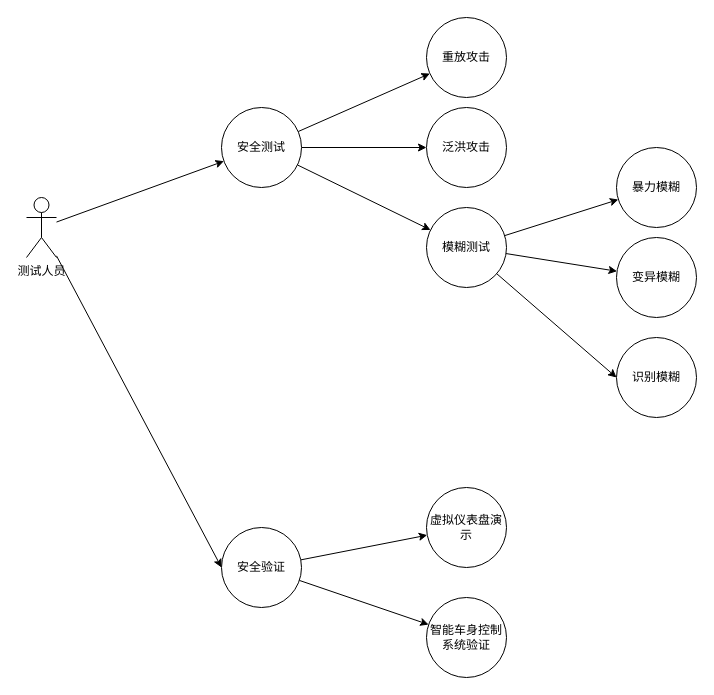
Earlier version of the draw.io diagram 安全验证平台.drawio (zxkic/ICSim_Successor). Source tidied: cells renumbered, new cells numbered last; positions are measured from the earlier drawing's top-left corner, leaving out a move shared by most shapes. Both pictures are drawn from the tidied source at 100%, with x=0, y=0 at pixel (26, 17).
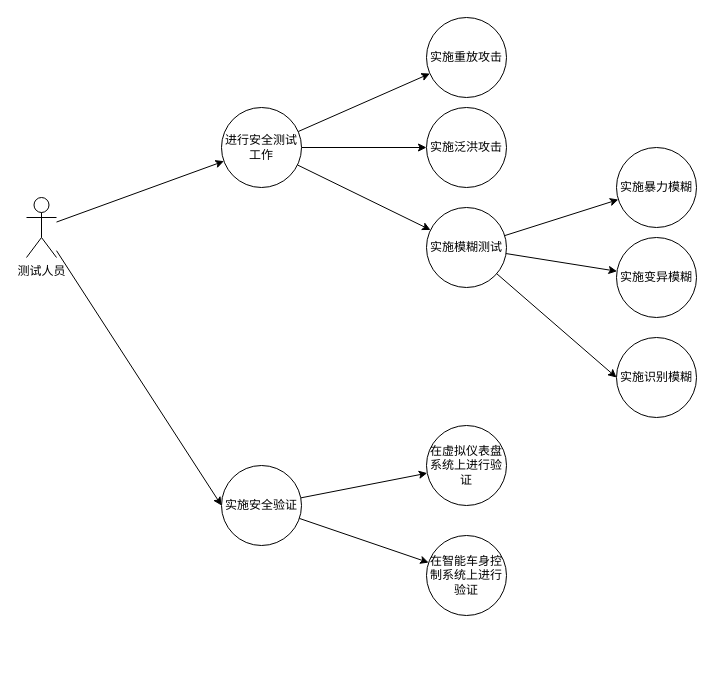
Above is the later version.

Commit message (it also covers changes not shown here):
更新安全验证平台.drawio

What changed in the source:
```diff
@@
-    <mxCell id="8" value="&lt;div style=&quot;&quot;&gt;&lt;span style=&quot;background-color: initial;&quot;&gt;安全测试&lt;/span&gt;&lt;/div&gt;" style="ellipse;whiteSpace=wrap;html=1;verticalAlign=middle;align=center;" parent="1" vertex="1">
+    <mxCell id="8" value="&lt;div style=&quot;&quot;&gt;进行安全测试工作&lt;/div&gt;" style="ellipse;whiteSpace=wrap;html=1;verticalAlign=middle;align=center;" parent="1" vertex="1">
       <mxGeometry x="195" y="90" width="80" height="80" as="geometry" />
     </mxCell>
-    <mxCell id="9" value="重放攻击" style="ellipse;whiteSpace=wrap;html=1;align=center;" parent="1" vertex="1">
+    <mxCell id="9" value="实施重放攻击" style="ellipse;whiteSpace=wrap;html=1;align=center;" parent="1" vertex="1">
       <mxGeometry x="400" width="80" height="80" as="geometry" />
     </mxCell>
-    <mxCell id="10" value="泛洪攻击" style="ellipse;whiteSpace=wrap;html=1;" parent="1" vertex="1">
+    <mxCell id="10" value="实施泛洪攻击" style="ellipse;whiteSpace=wrap;html=1;" parent="1" vertex="1">
       <mxGeometry x="400" y="90" width="80" height="80" as="geometry" />
     </mxCell>
@@
-    <mxCell id="14" value="模糊测试" style="ellipse;whiteSpace=wrap;html=1;" parent="1" vertex="1">
+    <mxCell id="14" value="实施模糊测试" style="ellipse;whiteSpace=wrap;html=1;" parent="1" vertex="1">
       <mxGeometry x="400" y="190" width="80" height="80" as="geometry" />
     </mxCell>
@@
-    <mxCell id="17" value="&lt;div style=&quot;&quot;&gt;&lt;span style=&quot;background-color: initial;&quot;&gt;安全验证&lt;/span&gt;&lt;/div&gt;" style="ellipse;whiteSpace=wrap;html=1;verticalAlign=middle;align=center;" parent="1" vertex="1">
-      <mxGeometry x="195" y="510" width="80" height="80" as="geometry" />
+    <mxCell id="17" value="&lt;div style=&quot;&quot;&gt;实施安全验证&lt;/div&gt;" style="ellipse;whiteSpace=wrap;html=1;verticalAlign=middle;align=center;" parent="1" vertex="1">
+      <mxGeometry x="195" y="448" width="80" height="80" as="geometry" />
     </mxCell>
-    <mxCell id="18" value="虚拟仪表盘演示" style="ellipse;whiteSpace=wrap;html=1;direction=south;" parent="1" vertex="1">
-      <mxGeometry x="400" y="470" width="80" height="80" as="geometry" />
+    <mxCell id="18" value="在虚拟仪表盘系统上进行验证" style="ellipse;whiteSpace=wrap;html=1;direction=south;" parent="1" vertex="1">
+      <mxGeometry x="400" y="408" width="80" height="80" as="geometry" />
     </mxCell>
-    <mxCell id="19" value="&lt;div style=&quot;&quot;&gt;&lt;span style=&quot;background-color: initial;&quot;&gt;智能车身控制系统验证&lt;/span&gt;&lt;/div&gt;" style="ellipse;whiteSpace=wrap;html=1;verticalAlign=middle;align=center;" parent="1" vertex="1">
-      <mxGeometry x="400" y="580" width="80" height="80" as="geometry" />
+    <mxCell id="19" value="&lt;div style=&quot;&quot;&gt;&lt;span style=&quot;background-color: initial;&quot;&gt;在智能车身控制系统上进行验证&lt;/span&gt;&lt;/div&gt;" style="ellipse;whiteSpace=wrap;html=1;verticalAlign=middle;align=center;" parent="1" vertex="1">
+      <mxGeometry x="400" y="518" width="80" height="80" as="geometry" />
     </mxCell>
-    <mxCell id="20" value="暴力模糊" style="ellipse;whiteSpace=wrap;html=1;" parent="1" vertex="1">
+    <mxCell id="20" value="实施暴力模糊" style="ellipse;whiteSpace=wrap;html=1;" parent="1" vertex="1">
       <mxGeometry x="590" y="130" width="80" height="80" as="geometry" />
     </mxCell>
-    <mxCell id="21" value="变异模糊" style="ellipse;whiteSpace=wrap;html=1;" parent="1" vertex="1">
+    <mxCell id="21" value="实施变异模糊" style="ellipse;whiteSpace=wrap;html=1;" parent="1" vertex="1">
       <mxGeometry x="590" y="220" width="80" height="80" as="geometry" />
     </mxCell>
-    <mxCell id="22" value="识别模糊" style="ellipse;whiteSpace=wrap;html=1;" parent="1" vertex="1">
+    <mxCell id="22" value="实施识别模糊" style="ellipse;whiteSpace=wrap;html=1;" parent="1" vertex="1">
       <mxGeometry x="590" y="320" width="80" height="80" as="geometry" />
     </mxCell>
```
